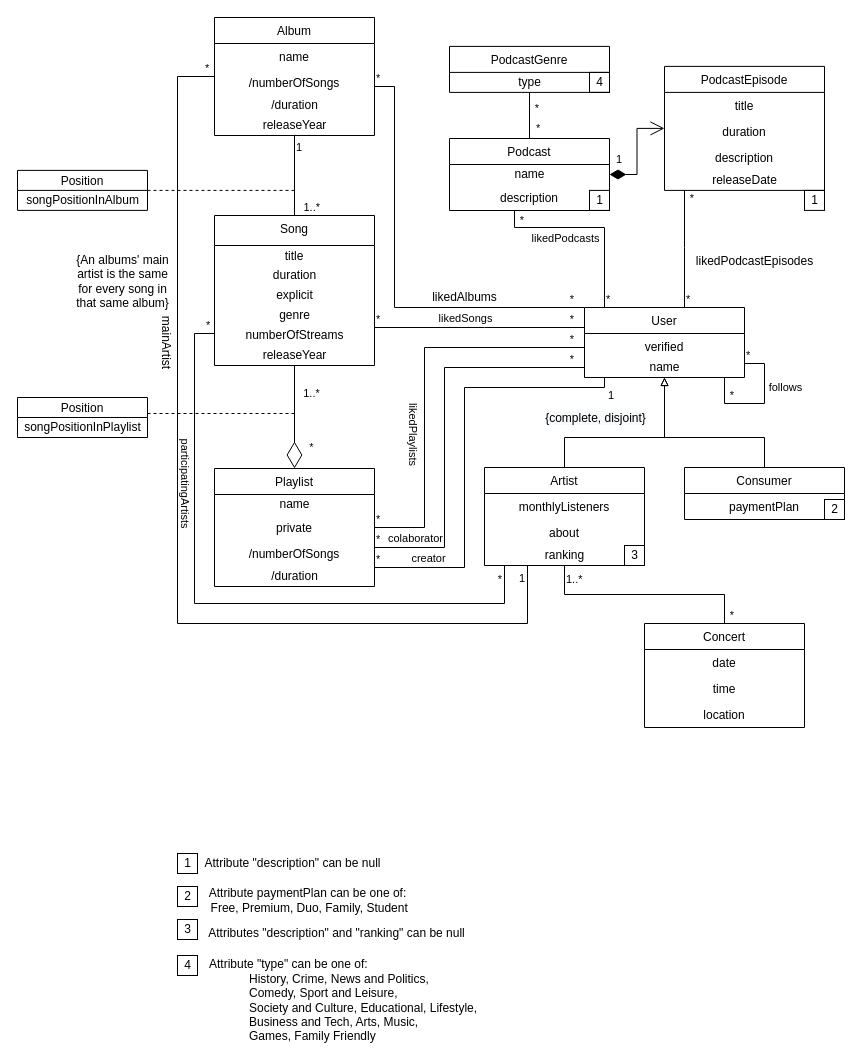
The draw.io diagram page "Page-2" (2 of 2) of 1-delivery/Spotify-class-diag.drawio in Naapperas/feup-bd, before the edit. Source tidied: cells renumbered, new cells numbered last; positions are measured from the earlier drawing's top-left corner, leaving out a move shared by most shapes. Both pictures are drawn from the tidied source at 100%, with x=0, y=0 at pixel (17, 17).
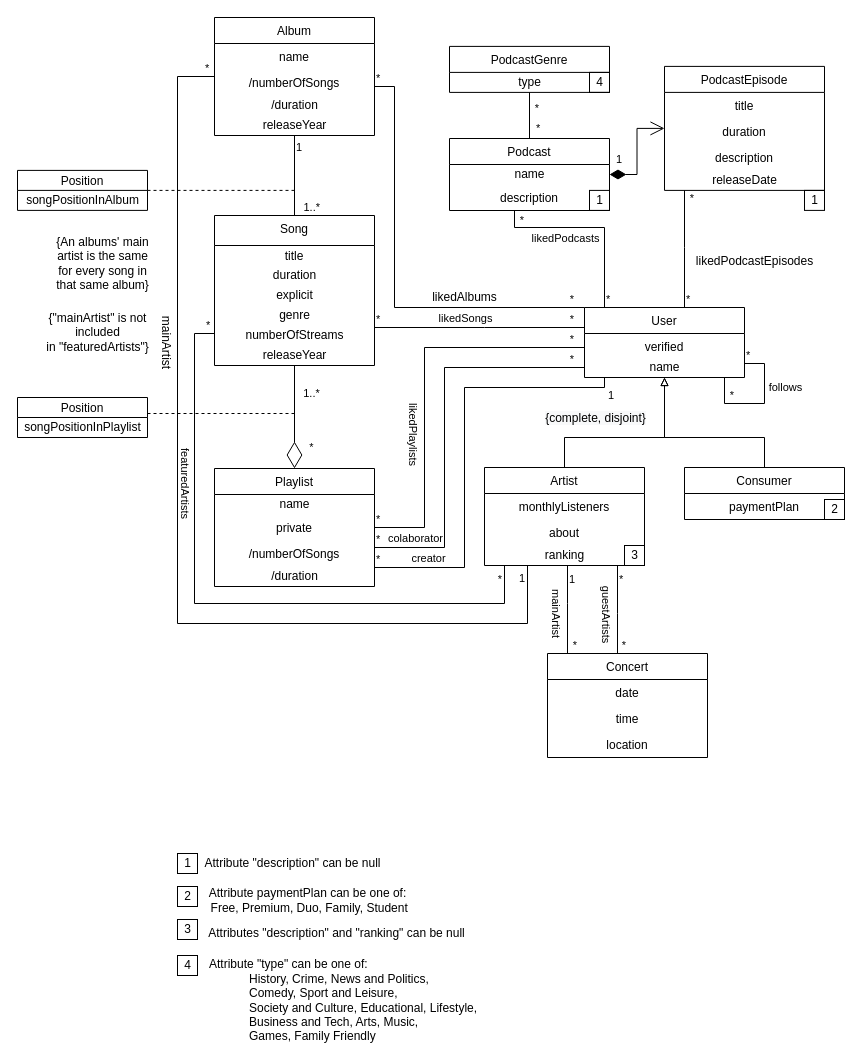
After the change.

Commit message:
Added guest artists to concert

Unchanged cells that the change refers to:
```xml
<mxCell id="18" value="Artist" style="swimlane;fontStyle=0;horizontal=1;startSize=26;fillColor=none;align=center;" parent="1" vertex="1">
  <mxGeometry x="467" y="450" width="160" height="98" as="geometry" />
</mxCell>
<mxCell id="94" style="endArrow=none;html=1;edgeStyle=orthogonalEdgeStyle;rounded=0;" parent="1" edge="1" source="2" target="18">
  <mxGeometry relative="1" as="geometry">
    <Array as="points">
      <mxPoint x="177" y="316" />
      <mxPoint x="177" y="586" />
      <mxPoint x="487" y="586" />
    </Array>
  </mxGeometry>
</mxCell>
```

What changed in the source:
```diff
@@
     <mxCell id="26" value="Concert" style="swimlane;fontStyle=0;horizontal=1;startSize=26;fillColor=none;align=center;" parent="1" vertex="1">
-      <mxGeometry x="627" y="606" width="160" height="104" as="geometry" />
+      <mxGeometry x="530" y="636" width="160" height="104" as="geometry" />
     </mxCell>
@@
     <mxCell id="71" style="endArrow=none;html=1;edgeStyle=orthogonalEdgeStyle;rounded=0;" parent="1" edge="1" source="18" target="26">
-      <mxGeometry relative="1" as="geometry" />
+      <mxGeometry relative="1" as="geometry">
+        <Array as="points">
+          <mxPoint x="550" y="586" />
+          <mxPoint x="550" y="586" />
+        </Array>
+      </mxGeometry>
     </mxCell>
-    <mxCell id="72" value="1..*" style="edgeLabel;html=1;align=left;verticalAlign=bottom;strokeColor=default;" parent="71" vertex="1">
+    <mxCell id="72" value="1" style="edgeLabel;html=1;align=left;verticalAlign=bottom;strokeColor=default;" parent="71" vertex="1">
       <mxGeometry x="-1" relative="1" as="geometry">
         <mxPoint y="22" as="offset" />
       </mxGeometry>
     </mxCell>
@@
+    <mxCell id="119" value="mainArtist" style="edgeLabel;html=1;align=center;verticalAlign=middle;rotation=90;" parent="71" vertex="1">
+      <mxGeometry x="0.06" y="1" relative="1" as="geometry">
+        <mxPoint x="-11" as="offset" />
+      </mxGeometry>
+    </mxCell>
@@
-    <mxCell id="97" value="participatingArtists" style="edgeLabel;html=1;align=center;verticalAlign=middle;rotation=90;" parent="94" vertex="1">
+    <mxCell id="97" value="featuredArtists" style="edgeLabel;html=1;align=center;verticalAlign=middle;rotation=90;" parent="94" vertex="1">
       <mxGeometry x="-0.47" y="-1" relative="1" as="geometry">
         <mxPoint x="-7" as="offset" />
       </mxGeometry>
     </mxCell>
@@
     <mxCell id="118" value="&lt;div&gt;{An albums' main &lt;br&gt;&lt;/div&gt;&lt;div&gt;artist is the same &lt;br&gt;&lt;/div&gt;&lt;div&gt;for every song in &lt;br&gt;&lt;/div&gt;&lt;div&gt;that same album}&lt;/div&gt;" style="text;html=1;align=center;verticalAlign=middle;strokeColor=none;fillColor=none;" parent="1" vertex="1">
-      <mxGeometry x="50" y="234" width="110" height="60" as="geometry" />
+      <mxGeometry x="30" y="216" width="110" height="60" as="geometry" />
     </mxCell>
+    <mxCell id="120" value="&lt;div&gt;{&quot;mainArtist&quot; is not &lt;br&gt;&lt;/div&gt;&lt;div&gt;included &lt;br&gt;&lt;/div&gt;&lt;div&gt;in &quot;featuredArtists&quot;}&lt;/div&gt;" style="text;html=1;align=center;verticalAlign=middle;strokeColor=none;fillColor=none;" parent="1" vertex="1">
+      <mxGeometry x="20" y="290" width="120" height="50" as="geometry" />
+    </mxCell>
+    <mxCell id="121" style="endArrow=none;html=1;edgeStyle=orthogonalEdgeStyle;rounded=0;" parent="1" edge="1" source="18" target="26">
+      <mxGeometry relative="1" as="geometry">
+        <Array as="points">
+          <mxPoint x="600" y="596" />
+          <mxPoint x="600" y="596" />
+        </Array>
+      </mxGeometry>
+    </mxCell>
+    <mxCell id="122" value="*" style="edgeLabel;html=1;align=left;verticalAlign=bottom;" parent="121" vertex="1">
+      <mxGeometry x="-1" relative="1" as="geometry">
+        <mxPoint y="22" as="offset" />
+      </mxGeometry>
+    </mxCell>
+    <mxCell id="123" value="*" style="edgeLabel;html=1;align=right;verticalAlign=bottom;" parent="121" vertex="1">
+      <mxGeometry x="1" relative="1" as="geometry">
+        <mxPoint x="9" as="offset" />
+      </mxGeometry>
+    </mxCell>
+    <mxCell id="124" value="guestArtists" style="edgeLabel;html=1;align=center;verticalAlign=middle;rotation=90;" parent="121" vertex="1">
+      <mxGeometry x="0.22" y="2" relative="1" as="geometry">
+        <mxPoint x="-12" y="-6" as="offset" />
+      </mxGeometry>
+    </mxCell>
```
